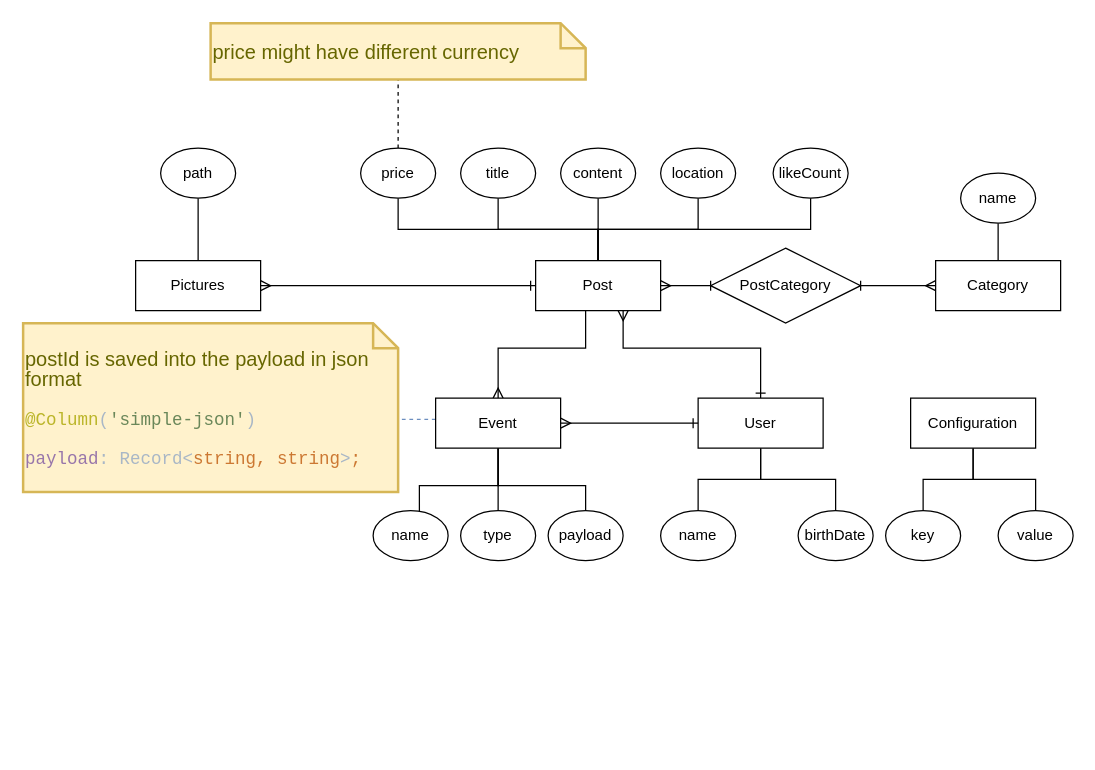
This is divar-er.drawio from mostafa8026/nestjs-course, a draw.io file, before an edit. Source tidied: cells renumbered, new cells numbered last; positions are measured from the earlier drawing's top-left corner, leaving out a move shared by most shapes. Both pictures are drawn from the tidied source at 125%, with x=0, y=0 at pixel (22, 22).
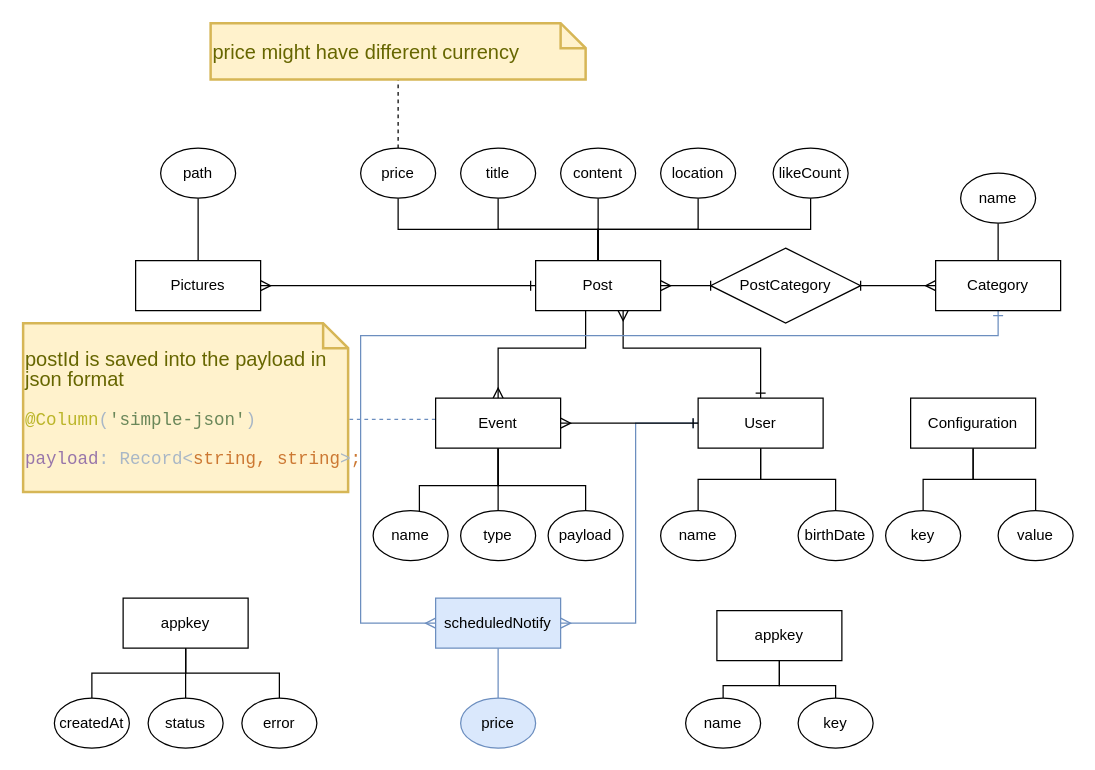
The same diagram, later.

Unchanged cells that the change refers to:
```xml
<mxCell id="14" value="Category" style="whiteSpace=wrap;html=1;align=center;" parent="1" vertex="1">
  <mxGeometry x="730" y="190" width="100" height="40" as="geometry" />
</mxCell>
<mxCell id="17" value="User" style="whiteSpace=wrap;html=1;align=center;" parent="1" vertex="1">
  <mxGeometry x="540" y="300" width="100" height="40" as="geometry" />
</mxCell>
```

The edit, as a diff of the source:
```diff
@@
+    <mxCell id="47" style="edgeStyle=orthogonalEdgeStyle;rounded=0;jettySize=auto;html=1;entryX=0;entryY=0.5;entryDx=0;entryDy=0;startArrow=ERone;startFill=0;endArrow=ERmany;endFill=0;fillColor=#dae8fc;strokeColor=#6c8ebf;" parent="1" edge="1" source="14" target="50">
+      <mxGeometry relative="1" as="geometry">
+        <Array as="points">
+          <mxPoint x="780" y="250" />
+          <mxPoint x="270" y="250" />
+          <mxPoint x="270" y="480" />
+        </Array>
+      </mxGeometry>
+    </mxCell>
@@
+    <mxCell id="48" style="edgeStyle=orthogonalEdgeStyle;rounded=0;jettySize=auto;html=1;entryX=1;entryY=0.5;entryDx=0;entryDy=0;startArrow=ERone;startFill=0;endArrow=ERmany;endFill=0;fillColor=#dae8fc;strokeColor=#6c8ebf;" parent="1" edge="1" source="17" target="50">
+      <mxGeometry relative="1" as="geometry">
+        <Array as="points">
+          <mxPoint x="490" y="320" />
+          <mxPoint x="490" y="480" />
+        </Array>
+      </mxGeometry>
+    </mxCell>
@@
     <mxCell id="36" value="&lt;p style=&quot;line-height: 1 ; font-size: 16px&quot;&gt;postId is saved into the payload in json format&lt;br&gt;&lt;/p&gt;&lt;pre style=&quot;color: rgb(169 , 183 , 198) ; font-family: &amp;#34;jetbrains mono&amp;#34; , monospace ; font-size: 10.5pt&quot;&gt;&lt;span style=&quot;color: rgb(187 , 181 , 41)&quot;&gt;@Column&lt;/span&gt;(&lt;span style=&quot;color: rgb(106 , 135 , 89) ; line-height: 1&quot;&gt;'simple-json'&lt;/span&gt;)&lt;/pre&gt;&lt;pre style=&quot;color: rgb(169 , 183 , 198) ; font-family: &amp;#34;jetbrains mono&amp;#34; , monospace ; font-size: 10.5pt&quot;&gt;&lt;pre style=&quot;font-family: &amp;#34;jetbrains mono&amp;#34; , monospace ; font-size: 10.5pt&quot;&gt;&lt;span style=&quot;color: rgb(152 , 118 , 170) ; line-height: 1&quot;&gt;payload&lt;/span&gt;: Record&amp;lt;&lt;span style=&quot;color: rgb(204 , 120 , 50)&quot;&gt;string, string&lt;/span&gt;&amp;gt;&lt;span style=&quot;color: rgb(204 , 120 , 50)&quot;&gt;;&lt;/span&gt;&lt;/pre&gt;&lt;/pre&gt;&lt;p&gt;&lt;/p&gt;" style="shape=note;strokeWidth=2;fontSize=14;size=20;whiteSpace=wrap;html=1;fillColor=#fff2cc;strokeColor=#d6b656;fontColor=#666600;align=left;" parent="1" vertex="1">
-      <mxGeometry y="240" width="300" height="135" as="geometry" />
+      <mxGeometry y="240" width="260" height="135" as="geometry" />
     </mxCell>
@@
+    <mxCell id="49" style="edgeStyle=orthogonalEdgeStyle;rounded=0;jettySize=auto;html=1;entryX=0.5;entryY=0;entryDx=0;entryDy=0;fillColor=#dae8fc;strokeColor=#6c8ebf;endArrow=none;endFill=0;startArrow=none;startFill=0;" parent="1" edge="1" source="50" target="51">
+      <mxGeometry relative="1" as="geometry" />
+    </mxCell>
+    <mxCell id="50" value="scheduledNotify" style="whiteSpace=wrap;html=1;align=center;fillColor=#dae8fc;strokeColor=#6c8ebf;" parent="1" vertex="1">
+      <mxGeometry x="330" y="460" width="100" height="40" as="geometry" />
+    </mxCell>
+    <mxCell id="51" value="price" style="ellipse;whiteSpace=wrap;html=1;align=center;fillColor=#dae8fc;strokeColor=#6c8ebf;" parent="1" vertex="1">
+      <mxGeometry x="350" y="540" width="60" height="40" as="geometry" />
+    </mxCell>
+    <mxCell id="52" style="edgeStyle=orthogonalEdgeStyle;rounded=0;jettySize=auto;html=1;startArrow=none;startFill=0;endArrow=none;endFill=0;" parent="1" edge="1" source="54" target="55">
+      <mxGeometry relative="1" as="geometry" />
+    </mxCell>
+    <mxCell id="53" style="edgeStyle=orthogonalEdgeStyle;rounded=0;jettySize=auto;html=1;entryX=0.5;entryY=0;entryDx=0;entryDy=0;startArrow=none;startFill=0;endArrow=none;endFill=0;" parent="1" edge="1" source="54" target="56">
+      <mxGeometry relative="1" as="geometry" />
+    </mxCell>
+    <mxCell id="54" value="appkey" style="whiteSpace=wrap;html=1;align=center;" parent="1" vertex="1">
+      <mxGeometry x="555" y="470" width="100" height="40" as="geometry" />
+    </mxCell>
+    <mxCell id="55" value="name" style="ellipse;whiteSpace=wrap;html=1;align=center;" parent="1" vertex="1">
+      <mxGeometry x="530" y="540" width="60" height="40" as="geometry" />
+    </mxCell>
+    <mxCell id="56" value="key" style="ellipse;whiteSpace=wrap;html=1;align=center;" parent="1" vertex="1">
+      <mxGeometry x="620" y="540" width="60" height="40" as="geometry" />
+    </mxCell>
+    <mxCell id="57" style="edgeStyle=orthogonalEdgeStyle;rounded=0;jettySize=auto;html=1;entryX=0.5;entryY=0;entryDx=0;entryDy=0;startArrow=none;startFill=0;endArrow=none;endFill=0;" parent="1" edge="1" source="60" target="63">
+      <mxGeometry relative="1" as="geometry" />
+    </mxCell>
+    <mxCell id="58" style="edgeStyle=orthogonalEdgeStyle;rounded=0;jettySize=auto;html=1;entryX=0.5;entryY=0;entryDx=0;entryDy=0;startArrow=none;startFill=0;endArrow=none;endFill=0;" parent="1" edge="1" source="60" target="61">
+      <mxGeometry relative="1" as="geometry" />
+    </mxCell>
+    <mxCell id="59" style="edgeStyle=orthogonalEdgeStyle;rounded=0;jettySize=auto;html=1;entryX=0.5;entryY=0;entryDx=0;entryDy=0;startArrow=none;startFill=0;endArrow=none;endFill=0;" parent="1" edge="1" source="60" target="62">
+      <mxGeometry relative="1" as="geometry" />
+    </mxCell>
+    <mxCell id="60" value="appkey" style="whiteSpace=wrap;html=1;align=center;" parent="1" vertex="1">
+      <mxGeometry x="80" y="460" width="100" height="40" as="geometry" />
+    </mxCell>
+    <mxCell id="61" value="status" style="ellipse;whiteSpace=wrap;html=1;align=center;" parent="1" vertex="1">
+      <mxGeometry x="100" y="540" width="60" height="40" as="geometry" />
+    </mxCell>
+    <mxCell id="62" value="error" style="ellipse;whiteSpace=wrap;html=1;align=center;" parent="1" vertex="1">
+      <mxGeometry x="175" y="540" width="60" height="40" as="geometry" />
+    </mxCell>
+    <mxCell id="63" value="createdAt" style="ellipse;whiteSpace=wrap;html=1;align=center;" parent="1" vertex="1">
+      <mxGeometry x="25" y="540" width="60" height="40" as="geometry" />
+    </mxCell>
```
